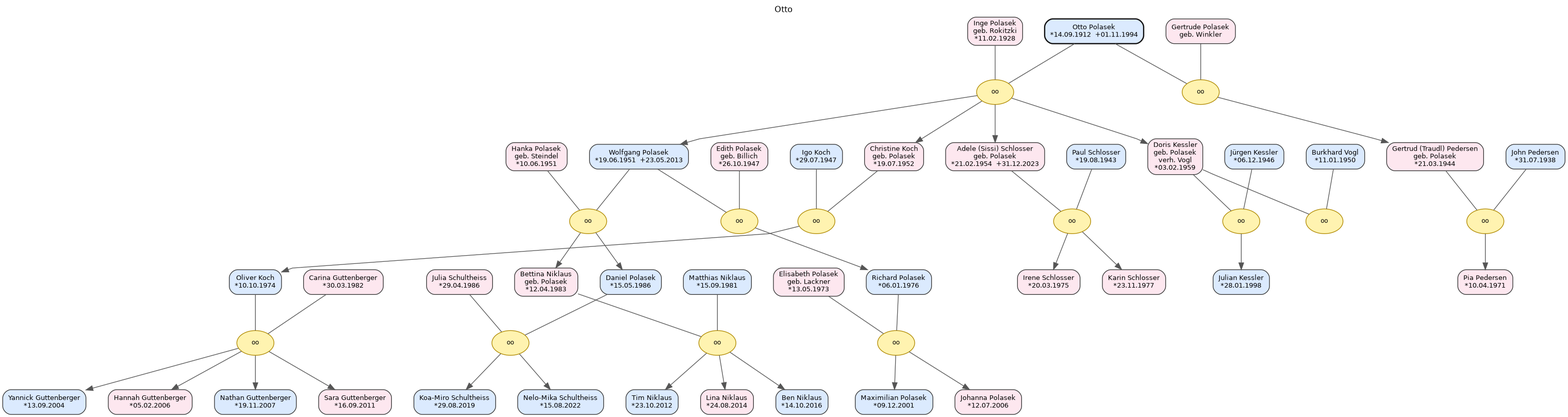
Above: Otto_0_10.png in Konfusius16/Ahnentafel-Polasek (Graphviz), before the change. Its source is kept beside it as Otto_0_10.dot.
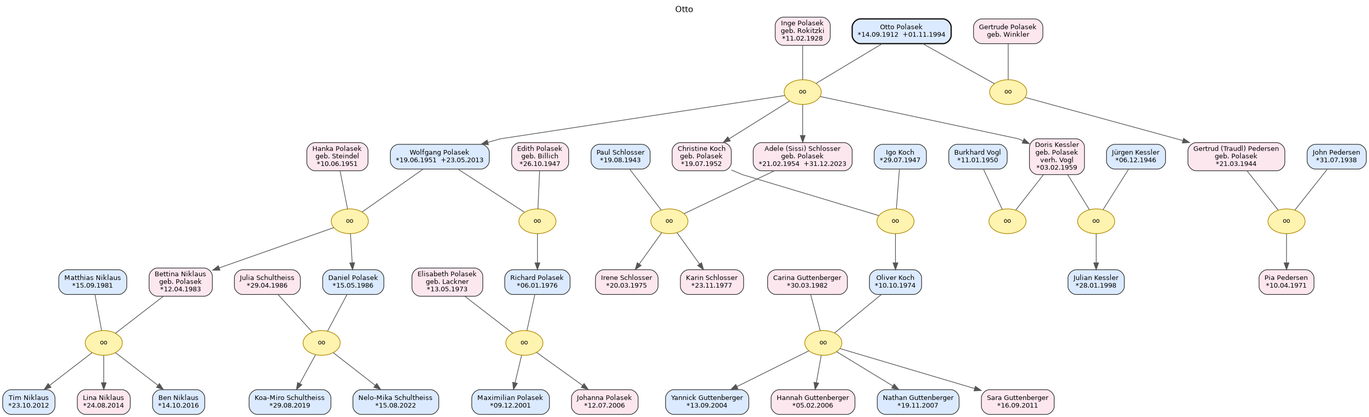
Above is the later version.

What changed in the source:
```diff
@@ -3,109 +3,109 @@
 	graph [fontname="DejaVu Sans" fontsize=12 label=Otto labelloc=t]
 	node [color="#333333" fontname="DejaVu Sans" fontsize=10 shape=box style="rounded,filled"]
 	edge [color="#555555" fontname="DejaVu Sans"]
+	g3p04 [label="Carina Guttenberger
+*30.03.1982" fillcolor="#fde7ef" id=P_g3p04]
+	polS04 [label="Edith Polasek
+geb. Billich
+*26.10.1947" fillcolor="#fde7ef" id=P_polS04]
+	g3p05 [label="Yannick Guttenberger
+*13.09.2004" fillcolor="#dbeafe" id=P_g3p05]
+	pol23 [label="Irene Schlosser
+*20.03.1975" fillcolor="#fde7ef" id=P_pol23]
+	g3p08 [label="Sara Guttenberger
+*16.09.2011" fillcolor="#fde7ef" id=P_g3p08]
+	pol18 [label="Doris Kessler
+geb. Polasek
+verh. Vogl
+*03.02.1959" fillcolor="#fde7ef" id=P_pol18]
+	g2p09 [label="Johanna Polasek
+*12.07.2006" fillcolor="#fde7ef" id=P_g2p09]
+	g3p07 [label="Nathan Guttenberger
+*19.11.2007" fillcolor="#dbeafe" id=P_g3p07]
+	pol22 [label="Oliver Koch
+*10.10.1974" fillcolor="#dbeafe" id=P_pol22]
+	pol24 [label="Karin Schlosser
+*23.11.1977" fillcolor="#fde7ef" id=P_pol24]
+	g2p13 [label="Ben Niklaus
+*14.10.2016" fillcolor="#dbeafe" id=P_g2p13]
+	pol17 [label="Adele (Sissi) Schlosser
+geb. Polasek
+*21.02.1954  +31.12.2023" fillcolor="#fde7ef" id=P_pol17]
+	pol16 [label="Christine Koch
+geb. Polasek
+*19.07.1952" fillcolor="#fde7ef" id=P_pol16]
+	pol14 [label="Gertrud (Traudl) Pedersen
+geb. Polasek
+*21.03.1944" fillcolor="#fde7ef" id=P_pol14]
+	pol15 [label="Wolfgang Polasek
+*19.06.1951  +23.05.2013" fillcolor="#dbeafe" id=P_pol15]
+	g2p14 [label="Julia Schultheiss
+*29.04.1986" fillcolor="#fde7ef" id=P_g2p14]
+	pol11 [label="Otto Polasek
+*14.09.1912  +01.11.1994" color="#111111" fillcolor="#dbeafe" id=P_pol11 penwidth=1.8]
+	g2p15 [label="Koa-Miro Schultheiss
+*29.08.2019" fillcolor="#dbeafe" id=P_g2p15]
+	polS09 [label="Jürgen Kessler
+*06.12.1946" fillcolor="#dbeafe" id=P_polS09]
+	pol25 [label="Julian Kessler
+*28.01.1998" fillcolor="#dbeafe" id=P_pol25]
+	g2p11 [label="Tim Niklaus
+*23.10.2012" fillcolor="#dbeafe" id=P_g2p11]
+	pol21 [label="Daniel Polasek
+*15.05.1986" fillcolor="#dbeafe" id=P_pol21]
 	polS06 [label="Igo Koch
 *29.07.1947" fillcolor="#dbeafe" id=P_polS06]
-	g2p09 [label="Johanna Polasek
-*12.07.2006" fillcolor="#fde7ef" id=P_g2p09]
+	g2p10 [label="Matthias Niklaus
+*15.09.1981" fillcolor="#dbeafe" id=P_g2p10]
 	g3p06 [label="Hannah Guttenberger
 *05.02.2006" fillcolor="#fde7ef" id=P_g3p06]
 	ped01 [label="John Pedersen
 *31.07.1938" fillcolor="#dbeafe" id=P_ped01]
+	pol20 [label="Bettina Niklaus
+geb. Polasek
+*12.04.1983" fillcolor="#fde7ef" id=P_pol20]
+	polS05 [label="Hanka Polasek
+geb. Steindel
+*10.06.1951" fillcolor="#fde7ef" id=P_polS05]
+	pol19 [label="Richard Polasek
+*06.01.1976" fillcolor="#dbeafe" id=P_pol19]
 	polS02 [label="Gertrude Polasek
 geb. Winkler" fillcolor="#fde7ef" id=P_polS02]
-	g3p05 [label="Yannick Guttenberger
-*13.09.2004" fillcolor="#dbeafe" id=P_g3p05]
+	g2p08 [label="Maximilian Polasek
+*09.12.2001" fillcolor="#dbeafe" id=P_g2p08]
+	polS07 [label="Paul Schlosser
+*19.08.1943" fillcolor="#dbeafe" id=P_polS07]
+	g2p12 [label="Lina Niklaus
+*24.08.2014" fillcolor="#fde7ef" id=P_g2p12]
+	g2p07 [label="Elisabeth Polasek
+geb. Lackner
+*13.05.1973" fillcolor="#fde7ef" id=P_g2p07]
+	polS08 [label="Burkhard Vogl
+*11.01.1950" fillcolor="#dbeafe" id=P_polS08]
 	g2p16 [label="Nelo-Mika Schultheiss
 *15.08.2022" fillcolor="#dbeafe" id=P_g2p16]
-	pol14 [label="Gertrud (Traudl) Pedersen
-geb. Polasek
-*21.03.1944" fillcolor="#fde7ef" id=P_pol14]
 	ped02 [label="Pia Pedersen
 *10.04.1971" fillcolor="#fde7ef" id=P_ped02]
-	g2p11 [label="Tim Niklaus
-*23.10.2012" fillcolor="#dbeafe" id=P_g2p11]
-	polS04 [label="Edith Polasek
-geb. Billich
-*26.10.1947" fillcolor="#fde7ef" id=P_polS04]
-	pol24 [label="Karin Schlosser
-*23.11.1977" fillcolor="#fde7ef" id=P_pol24]
 	polS03 [label="Inge Polasek
 geb. Rokitzki
 *11.02.1928" fillcolor="#fde7ef" id=P_polS03]
-	pol21 [label="Daniel Polasek
-*15.05.1986" fillcolor="#dbeafe" id=P_pol21]
-	g3p07 [label="Nathan Guttenberger
-*19.11.2007" fillcolor="#dbeafe" id=P_g3p07]
-	pol16 [label="Christine Koch
-geb. Polasek
-*19.07.1952" fillcolor="#fde7ef" id=P_pol16]
-	polS08 [label="Burkhard Vogl
-*11.01.1950" fillcolor="#dbeafe" id=P_polS08]
-	pol20 [label="Bettina Niklaus
-geb. Polasek
-*12.04.1983" fillcolor="#fde7ef" id=P_pol20]
-	polS07 [label="Paul Schlosser
-*19.08.1943" fillcolor="#dbeafe" id=P_polS07]
-	pol18 [label="Doris Kessler
-geb. Polasek
-verh. Vogl
-*03.02.1959" fillcolor="#fde7ef" id=P_pol18]
-	g2p10 [label="Matthias Niklaus
-*15.09.1981" fillcolor="#dbeafe" id=P_g2p10]
-	polS09 [label="Jürgen Kessler
-*06.12.1946" fillcolor="#dbeafe" id=P_polS09]
-	g2p07 [label="Elisabeth Polasek
-geb. Lackner
-*13.05.1973" fillcolor="#fde7ef" id=P_g2p07]
-	g3p08 [label="Sara Guttenberger
-*16.09.2011" fillcolor="#fde7ef" id=P_g3p08]
-	pol19 [label="Richard Polasek
-*06.01.1976" fillcolor="#dbeafe" id=P_pol19]
-	pol23 [label="Irene Schlosser
-*20.03.1975" fillcolor="#fde7ef" id=P_pol23]
-	g2p13 [label="Ben Niklaus
-*14.10.2016" fillcolor="#dbeafe" id=P_g2p13]
-	pol11 [label="Otto Polasek
-*14.09.1912  +01.11.1994" color="#111111" fillcolor="#dbeafe" id=P_pol11 penwidth=1.8]
-	g3p04 [label="Carina Guttenberger
-*30.03.1982" fillcolor="#fde7ef" id=P_g3p04]
-	g2p15 [label="Koa-Miro Schultheiss
-*29.08.2019" fillcolor="#dbeafe" id=P_g2p15]
-	pol15 [label="Wolfgang Polasek
-*19.06.1951  +23.05.2013" fillcolor="#dbeafe" id=P_pol15]
-	polS05 [label="Hanka Polasek
-geb. Steindel
-*10.06.1951" fillcolor="#fde7ef" id=P_polS05]
-	pol22 [label="Oliver Koch
-*10.10.1974" fillcolor="#dbeafe" id=P_pol22]
-	pol25 [label="Julian Kessler
-*28.01.1998" fillcolor="#dbeafe" id=P_pol25]
-	g2p12 [label="Lina Niklaus
-*24.08.2014" fillcolor="#fde7ef" id=P_g2p12]
-	pol17 [label="Adele (Sissi) Schlosser
-geb. Polasek
-*21.02.1954  +31.12.2023" fillcolor="#fde7ef" id=P_pol17]
-	g2p08 [label="Maximilian Polasek
-*09.12.2001" fillcolor="#dbeafe" id=P_g2p08]
-	g2p14 [label="Julia Schultheiss
-*29.04.1986" fillcolor="#fde7ef" id=P_g2p14]
-	M_polF7 [label=oo color="#b08900" fillcolor="#fff3b0" fontsize=9 id=M_polF7 shape=ellipse style=filled]
-	subgraph rank_polF7 {
+	M_g2F5 [label=oo color="#b08900" fillcolor="#fff3b0" fontsize=9 id=M_g2F5 shape=ellipse style=filled]
+	subgraph rank_g2F5 {
 		rank=same
-		polS07
-		pol17
+		pol21
+		g2p14
 	}
-	polS07 -> pol17 [constraint=true minlen=0 style=invis weight=3600]
-	polS07 -> M_polF7 [dir=none minlen=1 weight=60]
-	pol17 -> M_polF7 [dir=none minlen=1 weight=60]
-	subgraph kids_polF7 {
+	pol21 -> g2p14 [constraint=true minlen=0 style=invis weight=3600]
+	pol21 -> M_g2F5 [dir=none minlen=1 weight=60]
+	g2p14 -> M_g2F5 [dir=none minlen=1 weight=60]
+	subgraph kids_g2F5 {
 		rank=same
-		pol23
-		pol24
+		g2p15
+		g2p16
 	}
-	M_polF7 -> pol23
-	M_polF7 -> pol24
-	pol23 -> pol24 [constraint=true minlen=0 style=invis weight=1400]
+	M_g2F5 -> g2p15
+	M_g2F5 -> g2p16
+	g2p15 -> g2p16 [constraint=true minlen=0 style=invis weight=1400]
 	M_g2F3 [label=oo color="#b08900" fillcolor="#fff3b0" fontsize=9 id=M_g2F3 shape=ellipse style=filled]
 	subgraph rank_g2F3 {
 		rank=same
@@ -123,40 +123,6 @@
 	M_g2F3 -> g2p08
 	M_g2F3 -> g2p09
 	g2p08 -> g2p09 [constraint=true minlen=0 style=invis weight=1400]
-	M_polF6 [label=oo color="#b08900" fillcolor="#fff3b0" fontsize=9 id=M_polF6 shape=ellipse style=filled]
-	subgraph rank_polF6 {
-		rank=same
-		polS06
-		pol16
-	}
-	polS06 -> pol16 [constraint=true minlen=0 style=invis weight=3600]
-	polS06 -> M_polF6 [dir=none minlen=1 weight=60]
-	pol16 -> M_polF6 [dir=none minlen=1 weight=60]
-	subgraph kids_polF6 {
-		rank=same
-		pol22
-	}
-	M_polF6 -> pol22
-	subgraph pair_pol22 {
-		rank=same
-		pol22
-		g3p04
-	}
-	pol22 -> g3p04 [constraint=true minlen=0 style=invis weight=2600]
-	M_polF9 [label=oo color="#b08900" fillcolor="#fff3b0" fontsize=9 id=M_polF9 shape=ellipse style=filled]
-	subgraph rank_polF9 {
-		rank=same
-		polS09
-		pol18
-	}
-	polS09 -> pol18 [constraint=true minlen=0 style=invis weight=3600]
-	polS09 -> M_polF9 [dir=none minlen=1 weight=60]
-	pol18 -> M_polF9 [dir=none minlen=1 weight=60]
-	subgraph kids_polF9 {
-		rank=same
-		pol25
-	}
-	M_polF9 -> pol25
 	M_polF3 [label=oo color="#b08900" fillcolor="#fff3b0" fontsize=9 id=M_polF3 shape=ellipse style=filled]
 	subgraph rank_polF3 {
 		rank=same
@@ -207,26 +173,26 @@
 		polS08
 	}
 	polS08 -> pol18 [constraint=true minlen=0 style=invis weight=2600]
-	M_polF2 [label=oo color="#b08900" fillcolor="#fff3b0" fontsize=9 id=M_polF2 shape=ellipse style=filled]
-	subgraph rank_polF2 {
+	M_polF6 [label=oo color="#b08900" fillcolor="#fff3b0" fontsize=9 id=M_polF6 shape=ellipse style=filled]
+	subgraph rank_polF6 {
 		rank=same
-		pol11
-		polS02
+		polS06
+		pol16
 	}
-	pol11 -> polS02 [constraint=true minlen=0 style=invis weight=3600]
-	pol11 -> M_polF2 [dir=none minlen=1 weight=60]
-	polS02 -> M_polF2 [dir=none minlen=1 weight=60]
-	subgraph kids_polF2 {
+	polS06 -> pol16 [constraint=true minlen=0 style=invis weight=3600]
+	polS06 -> M_polF6 [dir=none minlen=1 weight=60]
+	pol16 -> M_polF6 [dir=none minlen=1 weight=60]
+	subgraph kids_polF6 {
 		rank=same
-		pol14
+		pol22
 	}
-	M_polF2 -> pol14
-	subgraph pair_pol14 {
+	M_polF6 -> pol22
+	subgraph pair_pol22 {
 		rank=same
-		pol14
-		ped01
+		pol22
+		g3p04
 	}
-	ped01 -> pol14 [constraint=true minlen=0 style=invis weight=2600]
+	pol22 -> g3p04 [constraint=true minlen=0 style=invis weight=2600]
 	M_polF5 [label=oo color="#b08900" fillcolor="#fff3b0" fontsize=9 id=M_polF5 shape=ellipse style=filled]
 	subgraph rank_polF5 {
 		rank=same
@@ -257,6 +223,23 @@
 		g2p14
 	}
 	pol21 -> g2p14 [constraint=true minlen=0 style=invis weight=2600]
+	M_polF7 [label=oo color="#b08900" fillcolor="#fff3b0" fontsize=9 id=M_polF7 shape=ellipse style=filled]
+	subgraph rank_polF7 {
+		rank=same
+		polS07
+		pol17
+	}
+	polS07 -> pol17 [constraint=true minlen=0 style=invis weight=3600]
+	polS07 -> M_polF7 [dir=none minlen=1 weight=60]
+	pol17 -> M_polF7 [dir=none minlen=1 weight=60]
+	subgraph kids_polF7 {
+		rank=same
+		pol23
+		pol24
+	}
+	M_polF7 -> pol23
+	M_polF7 -> pol24
+	pol23 -> pol24 [constraint=true minlen=0 style=invis weight=1400]
 	M_polF8 [label=oo color="#b08900" fillcolor="#fff3b0" fontsize=9 id=M_polF8 shape=ellipse style=filled]
 	subgraph rank_polF8 {
 		rank=same
@@ -266,26 +249,6 @@
 	polS08 -> pol18 [constraint=true minlen=0 style=invis weight=3600]
 	polS08 -> M_polF8 [dir=none minlen=1 weight=60]
 	pol18 -> M_polF8 [dir=none minlen=1 weight=60]
-	M_polF4 [label=oo color="#b08900" fillcolor="#fff3b0" fontsize=9 id=M_polF4 shape=ellipse style=filled]
-	subgraph rank_polF4 {
-		rank=same
-		pol15
-		polS04
-	}
-	pol15 -> polS04 [constraint=true minlen=0 style=invis weight=3600]
-	pol15 -> M_polF4 [dir=none minlen=1 weight=60]
-	polS04 -> M_polF4 [dir=none minlen=1 weight=60]
-	subgraph kids_polF4 {
-		rank=same
-		pol19
-	}
-	M_polF4 -> pol19
-	subgraph pair_pol19 {
-		rank=same
-		pol19
-		g2p07
-	}
-	pol19 -> g2p07 [constraint=true minlen=0 style=invis weight=2600]
 	M_g2F4 [label=oo color="#b08900" fillcolor="#fff3b0" fontsize=9 id=M_g2F4 shape=ellipse style=filled]
 	subgraph rank_g2F4 {
 		rank=same
@@ -329,23 +292,60 @@
 	g3p05 -> g3p06 [constraint=true minlen=0 style=invis weight=1400]
 	g3p06 -> g3p07 [constraint=true minlen=0 style=invis weight=1400]
 	g3p07 -> g3p08 [constraint=true minlen=0 style=invis weight=1400]
-	M_g2F5 [label=oo color="#b08900" fillcolor="#fff3b0" fontsize=9 id=M_g2F5 shape=ellipse style=filled]
-	subgraph rank_g2F5 {
+	M_polF4 [label=oo color="#b08900" fillcolor="#fff3b0" fontsize=9 id=M_polF4 shape=ellipse style=filled]
+	subgraph rank_polF4 {
 		rank=same
-		pol21
-		g2p14
+		pol15
+		polS04
 	}
-	pol21 -> g2p14 [constraint=true minlen=0 style=invis weight=3600]
-	pol21 -> M_g2F5 [dir=none minlen=1 weight=60]
-	g2p14 -> M_g2F5 [dir=none minlen=1 weight=60]
-	subgraph kids_g2F5 {
+	pol15 -> polS04 [constraint=true minlen=0 style=invis weight=3600]
+	pol15 -> M_polF4 [dir=none minlen=1 weight=60]
+	polS04 -> M_polF4 [dir=none minlen=1 weight=60]
+	subgraph kids_polF4 {
 		rank=same
-		g2p15
-		g2p16
+		pol19
 	}
-	M_g2F5 -> g2p15
-	M_g2F5 -> g2p16
-	g2p15 -> g2p16 [constraint=true minlen=0 style=invis weight=1400]
+	M_polF4 -> pol19
+	subgraph pair_pol19 {
+		rank=same
+		pol19
+		g2p07
+	}
+	pol19 -> g2p07 [constraint=true minlen=0 style=invis weight=2600]
+	M_polF2 [label=oo color="#b08900" fillcolor="#fff3b0" fontsize=9 id=M_polF2 shape=ellipse style=filled]
+	subgraph rank_polF2 {
+		rank=same
+		pol11
+		polS02
+	}
+	pol11 -> polS02 [constraint=true minlen=0 style=invis weight=3600]
+	pol11 -> M_polF2 [dir=none minlen=1 weight=60]
+	polS02 -> M_polF2 [dir=none minlen=1 weight=60]
+	subgraph kids_polF2 {
+		rank=same
+		pol14
+	}
+	M_polF2 -> pol14
+	subgraph pair_pol14 {
+		rank=same
+		pol14
+		ped01
+	}
+	ped01 -> pol14 [constraint=true minlen=0 style=invis weight=2600]
+	M_polF9 [label=oo color="#b08900" fillcolor="#fff3b0" fontsize=9 id=M_polF9 shape=ellipse style=filled]
+	subgraph rank_polF9 {
+		rank=same
+		polS09
+		pol18
+	}
+	polS09 -> pol18 [constraint=true minlen=0 style=invis weight=3600]
+	polS09 -> M_polF9 [dir=none minlen=1 weight=60]
+	pol18 -> M_polF9 [dir=none minlen=1 weight=60]
+	subgraph kids_polF9 {
+		rank=same
+		pol25
+	}
+	M_polF9 -> pol25
 	M_pedF1 [label=oo color="#b08900" fillcolor="#fff3b0" fontsize=9 id=M_pedF1 shape=ellipse style=filled]
 	subgraph rank_pedF1 {
 		rank=same
```
